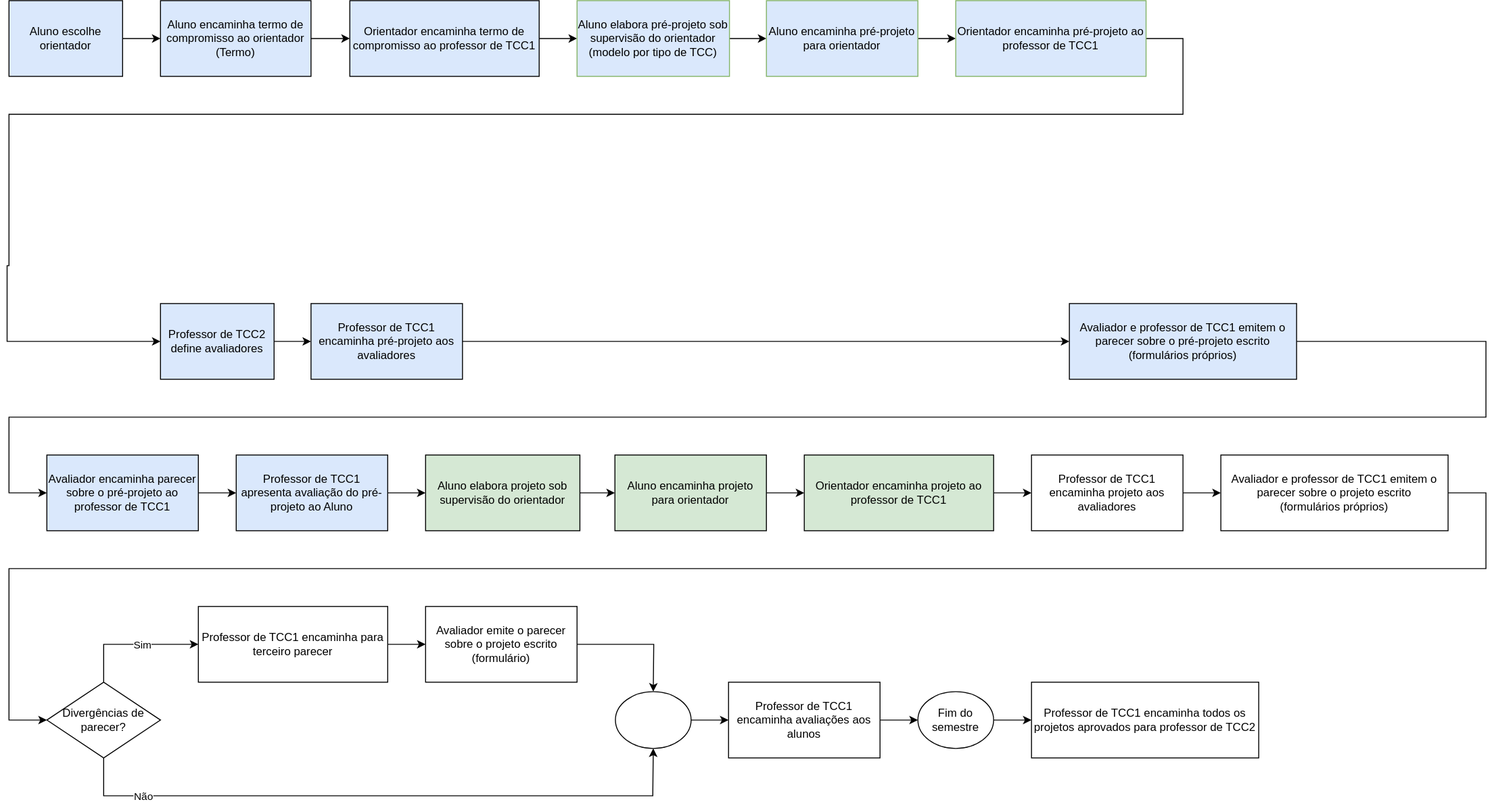
dalton-reis/disciplina_TCC1_Privado keeps this draw.io diagram as _SIS/Cronogramas/cronogramaFluxograma.drawio.svg. Above is the earlier version. Source tidied: cells renumbered, new cells last; positions are measured from the earlier drawing's top-left corner, leaving out a move shared by most shapes.
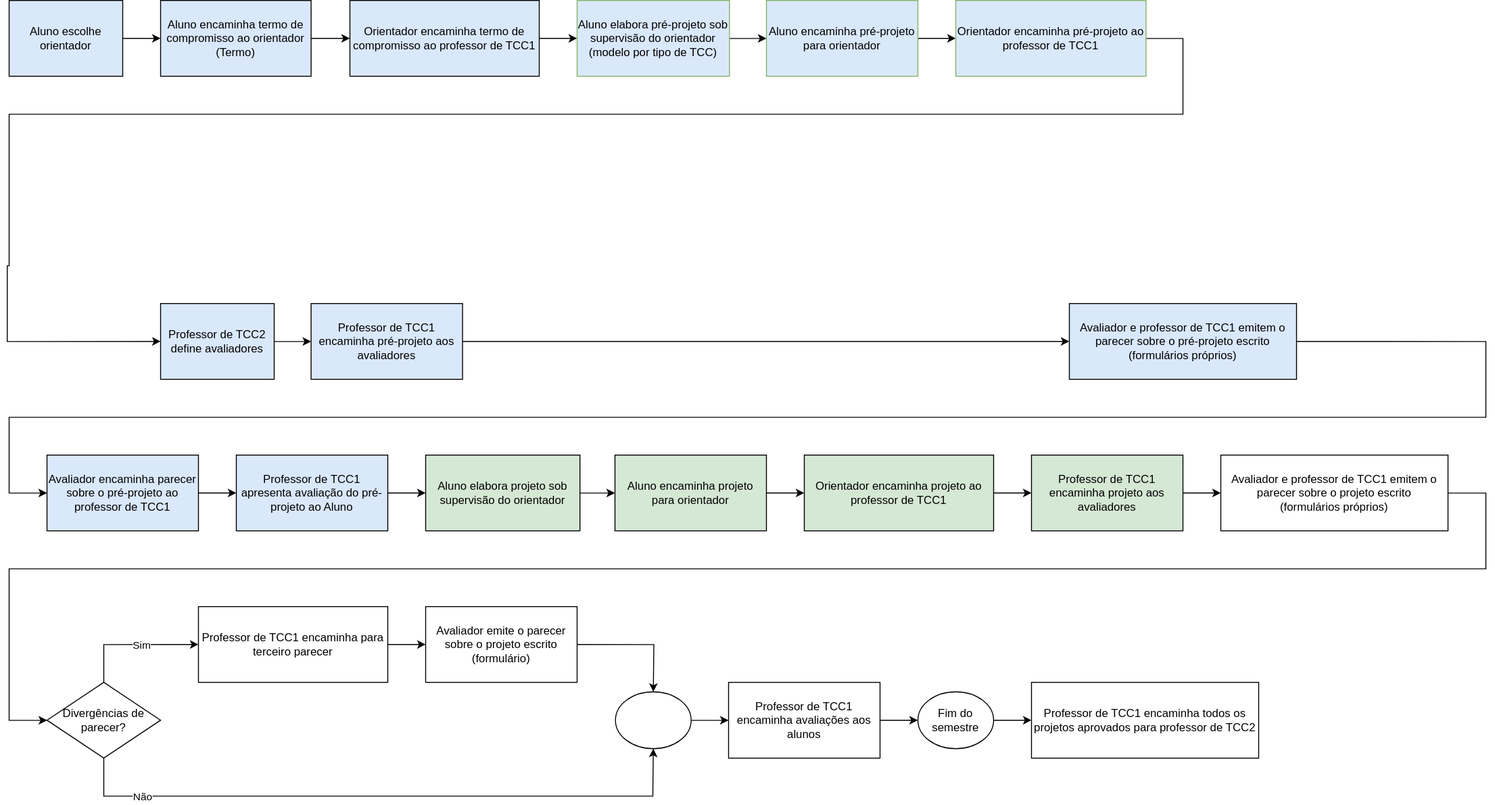
After the commit.

Change to the diagram source:
```diff
@@ -105,7 +105,7 @@
     <mxCell id="30" style="edgeStyle=orthogonalEdgeStyle;rounded=0;jettySize=auto;html=1;fontColor=#000000;" parent="1" edge="1" source="31" target="33">
       <mxGeometry relative="1" as="geometry" />
     </mxCell>
-    <mxCell id="31" value="Professor de TCC1 encaminha projeto aos avaliadores" style="whiteSpace=wrap;html=1;fontColor=#000000;" parent="1" vertex="1">
+    <mxCell id="31" value="Professor de TCC1 encaminha projeto aos avaliadores" style="whiteSpace=wrap;html=1;fontColor=#000000;fillColor=#d5e8d4;" parent="1" vertex="1">
       <mxGeometry x="1082" y="480" width="160" height="80" as="geometry" />
     </mxCell>
     <mxCell id="32" style="edgeStyle=orthogonalEdgeStyle;rounded=0;jettySize=auto;html=1;fontColor=#000000;" parent="1" edge="1" source="33" target="38">
```
